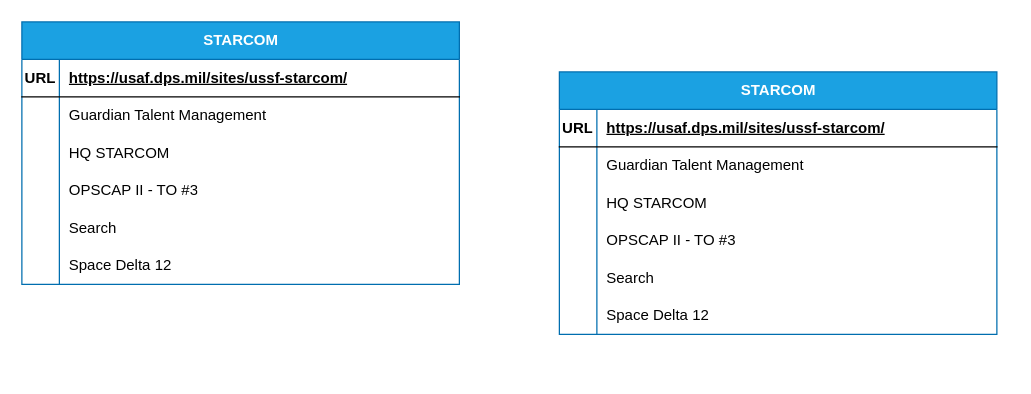
Before: Untitled Diagram.drawio in TeaganGilbert/demo-repo, a draw.io diagram. Source tidied: cells renumbered, new cells numbered last; positions are measured from the earlier drawing's top-left corner, leaving out a move shared by most shapes. Both pictures are drawn from the tidied source at 125%, with x=0, y=0 at pixel (21, 21).
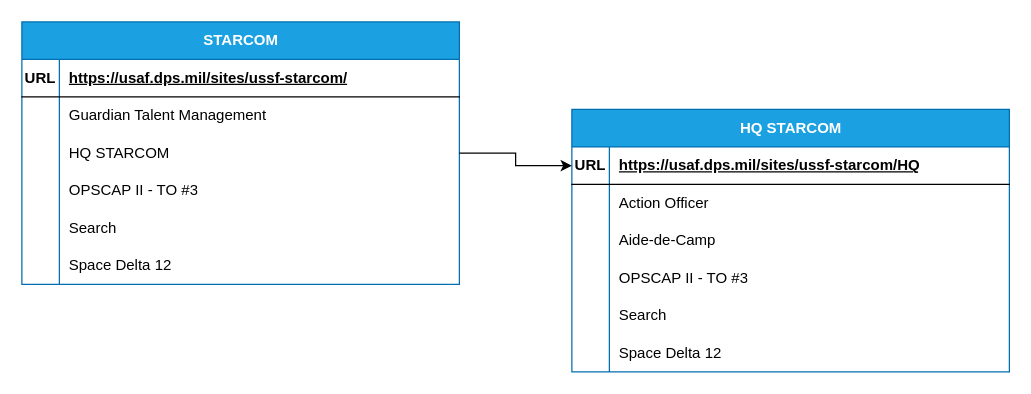
After the change.

Unchanged cells that the change refers to:
```xml
<mxCell id="9" style="shape=tableRow;horizontal=0;startSize=0;swimlaneHead=0;swimlaneBody=0;fillColor=none;points=[[0,0.5],[1,0.5]];portConstraint=eastwest;top=0;left=0;right=0;bottom=0;" parent="2" vertex="1">
  <mxGeometry y="90" width="350" height="30" as="geometry" />
</mxCell>
<mxCell id="22" style="shape=tableRow;horizontal=0;startSize=0;swimlaneHead=0;swimlaneBody=0;fillColor=none;points=[[0,0.5],[1,0.5]];portConstraint=eastwest;top=0;left=0;right=0;bottom=1;" parent="21" vertex="1">
  <mxGeometry y="30" width="350" height="30" as="geometry" />
</mxCell>
<mxCell id="25" style="shape=tableRow;horizontal=0;startSize=0;swimlaneHead=0;swimlaneBody=0;fillColor=none;top=0;left=0;right=0;bottom=0;" parent="21" vertex="1">
  <mxGeometry y="60" width="350" height="30" as="geometry" />
</mxCell>
<mxCell id="28" style="shape=tableRow;horizontal=0;startSize=0;swimlaneHead=0;swimlaneBody=0;fillColor=none;top=0;left=0;right=0;bottom=0;" parent="21" vertex="1">
  <mxGeometry y="90" width="350" height="30" as="geometry" />
</mxCell>
```

The edit, as a diff of the source:
```diff
@@
-    <mxCell id="21" value="STARCOM" style="shape=table;startSize=30;childLayout=tableLayout;rowLines=0;fontStyle=1;align=center;html=1;fillColor=#1ba1e2;fontColor=#ffffff;strokeColor=#006EAF;" parent="1" vertex="1">
-      <mxGeometry x="430" y="40" width="350" height="210" as="geometry" />
+    <mxCell id="21" value="HQ STARCOM" style="shape=table;startSize=30;childLayout=tableLayout;rowLines=0;fontStyle=1;align=center;html=1;fillColor=#1ba1e2;fontColor=#ffffff;strokeColor=#006EAF;" parent="1" vertex="1">
+      <mxGeometry x="440" y="70" width="350" height="210" as="geometry" />
     </mxCell>
@@
-    <mxCell id="24" value="https://usaf.dps.mil/sites/ussf-starcom/" style="shape=partialRectangle;fillColor=none;top=0;left=0;bottom=0;right=0;align=left;spacingLeft=6;fontStyle=5;overflow=hidden;whiteSpace=wrap;html=1;" parent="22" vertex="1">
+    <mxCell id="24" value="https://usaf.dps.mil/sites/ussf-starcom/HQ" style="shape=partialRectangle;fillColor=none;top=0;left=0;bottom=0;right=0;align=left;spacingLeft=6;fontStyle=5;overflow=hidden;whiteSpace=wrap;html=1;" parent="22" vertex="1">
       <mxGeometry x="30" width="320" height="30" as="geometry" />
     </mxCell>
@@
-    <mxCell id="27" value="Guardian Talent Management" style="shape=partialRectangle;fillColor=none;top=0;left=0;bottom=0;right=0;align=left;spacingLeft=6;overflow=hidden;whiteSpace=wrap;html=1;" parent="25" vertex="1">
+    <mxCell id="27" value="Action Officer" style="shape=partialRectangle;fillColor=none;top=0;left=0;bottom=0;right=0;align=left;spacingLeft=6;overflow=hidden;whiteSpace=wrap;html=1;" parent="25" vertex="1">
       <mxGeometry x="30" width="320" height="30" as="geometry" />
     </mxCell>
@@
-    <mxCell id="30" value="HQ STARCOM" style="shape=partialRectangle;fillColor=none;top=0;left=0;bottom=0;right=0;align=left;spacingLeft=6;overflow=hidden;whiteSpace=wrap;html=1;" parent="28" vertex="1">
+    <mxCell id="30" value="Aide-de-Camp" style="shape=partialRectangle;fillColor=none;top=0;left=0;bottom=0;right=0;align=left;spacingLeft=6;overflow=hidden;whiteSpace=wrap;html=1;" parent="28" vertex="1">
       <mxGeometry x="30" width="320" height="30" as="geometry" />
     </mxCell>
@@
+    <mxCell id="40" style="endArrow=classic;html=1;rounded=0;exitX=1;exitY=0.5;exitDx=0;exitDy=0;entryX=0;entryY=0.5;entryDx=0;entryDy=0;edgeStyle=orthogonalEdgeStyle;" parent="1" edge="1" source="9" target="22">
+      <mxGeometry relative="1" as="geometry" />
+    </mxCell>
```
